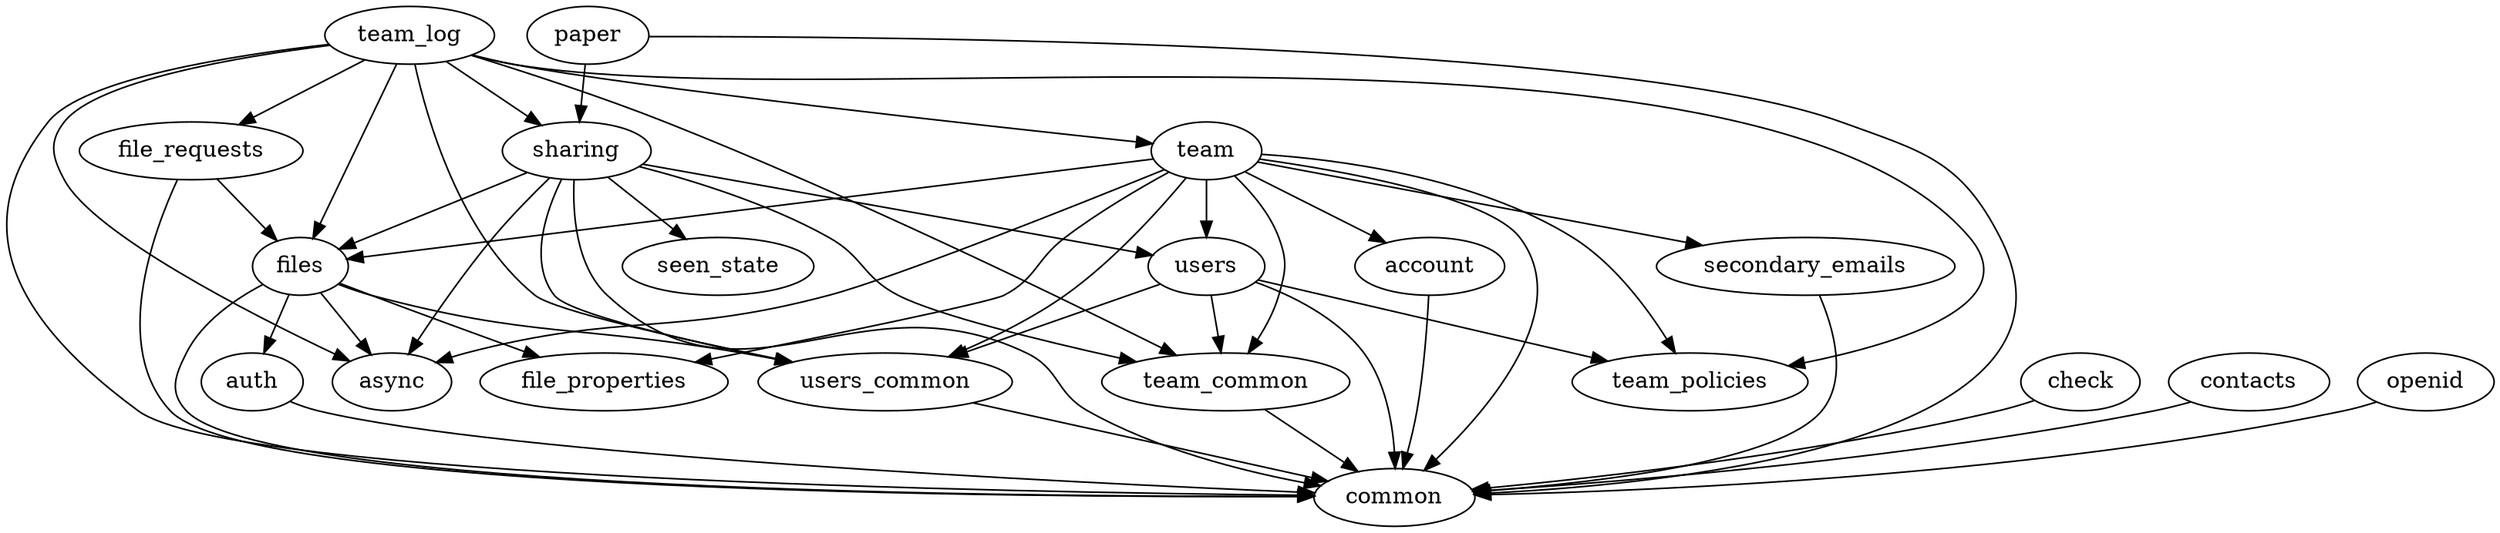
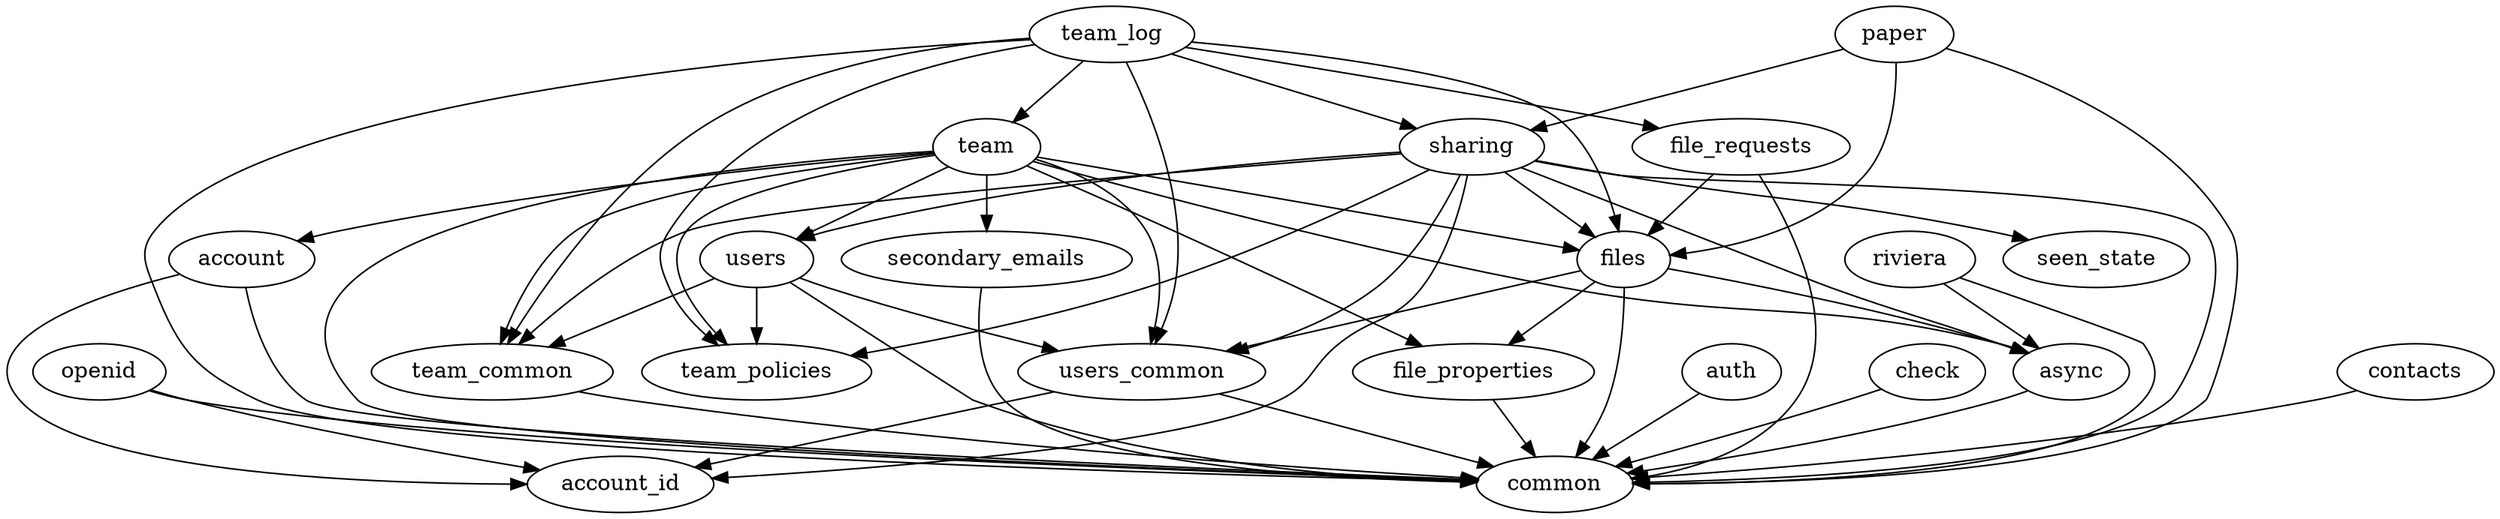
digraph deps {
-     account -> { common };
-     async;
+     account -> { account_id common };
+     account_id;
+     async -> { common };
    auth -> { common };
    check -> { common };
    common;
    contacts -> { common };
-     file_properties;
+     file_properties -> { common };
    file_requests -> { common files };
-     files -> { async auth common file_properties users_common };
-     openid -> { common };
-     paper -> { common sharing };
+     files -> { async common file_properties users_common };
+     openid -> { account_id common };
+     paper -> { common files sharing };
+     riviera -> { async common };
    secondary_emails -> { common };
    seen_state;
-     sharing -> { async common files seen_state team_common users users_common };
+     sharing -> { account_id async common files seen_state team_common team_policies users users_common };
    team -> { account async common file_properties files secondary_emails team_common team_policies users users_common };
    team_common -> { common };
-     team_log -> { async common file_requests files sharing team team_common team_policies users_common };
+     team_log -> { common file_requests files sharing team team_common team_policies users_common };
    team_policies;
    users -> { common team_common team_policies users_common };
-     users_common -> { common };
+     users_common -> { account_id common };
}
